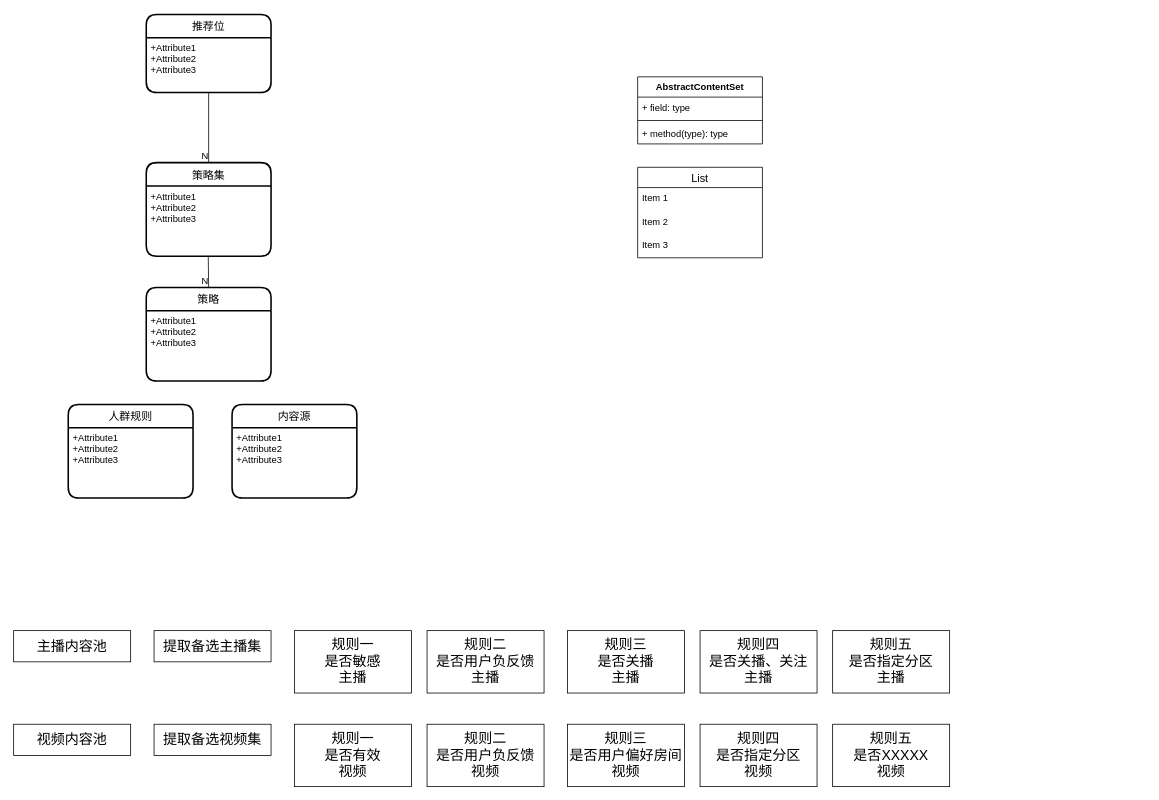
Earlier version of the draw.io diagram 后羿设计模式分享.drawio (hongweilv-whu/flowCharts). Source tidied: cells renumbered, new cells numbered last; positions are measured from the earlier drawing's top-left corner, leaving out a move shared by most shapes. Both pictures are drawn from the tidied source at 78%, with x=0, y=0 at pixel (13, 14).
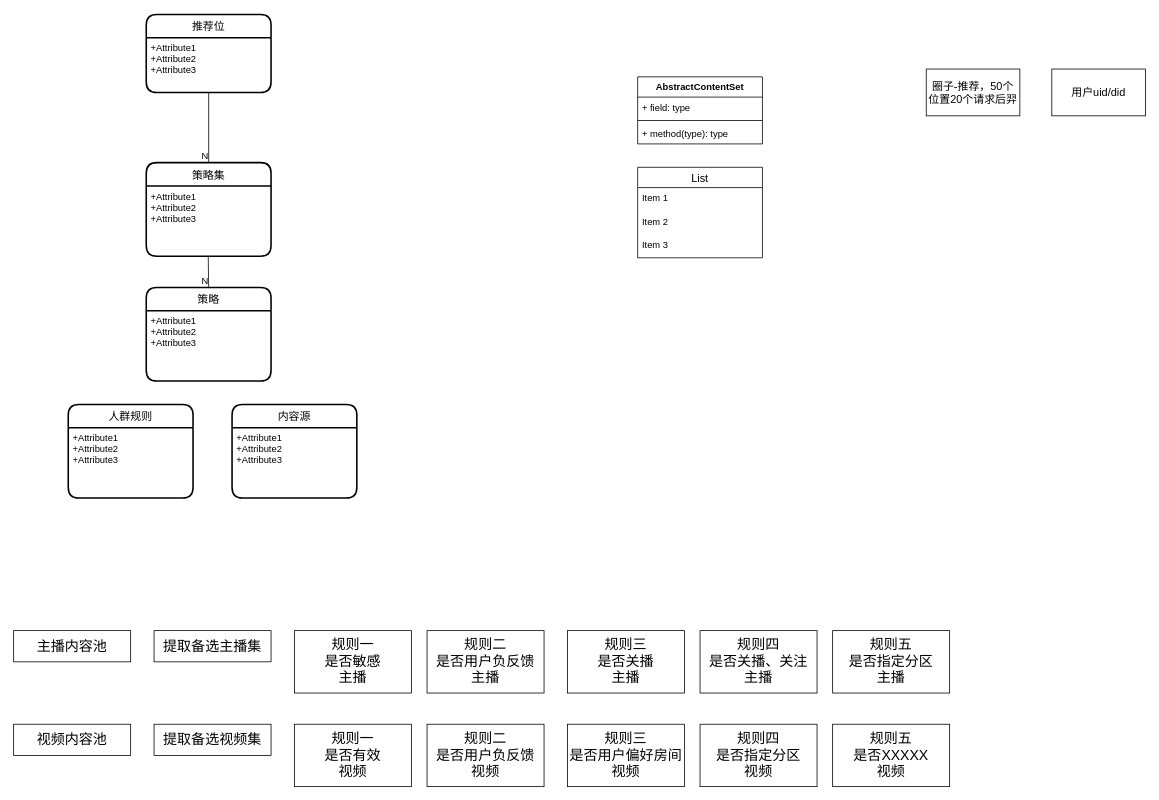
Above is the later version.

Commit message:
Update 后羿设计模式分享.drawio

What changed in the source:
```diff
@@
+    <mxCell id="38" value="&lt;font style=&quot;font-size: 14px&quot;&gt;圈子-推荐，50个位置20个请求后羿&lt;br&gt;&lt;/font&gt;" style="rounded=0;whiteSpace=wrap;html=1;" parent="1" vertex="1">
+      <mxGeometry x="1170" y="70" width="120" height="60" as="geometry" />
+    </mxCell>
+    <mxCell id="39" value="&lt;font style=&quot;font-size: 14px&quot;&gt;用户uid/did&lt;br&gt;&lt;/font&gt;" style="rounded=0;whiteSpace=wrap;html=1;" parent="1" vertex="1">
+      <mxGeometry x="1331" y="70" width="120" height="60" as="geometry" />
+    </mxCell>
```
